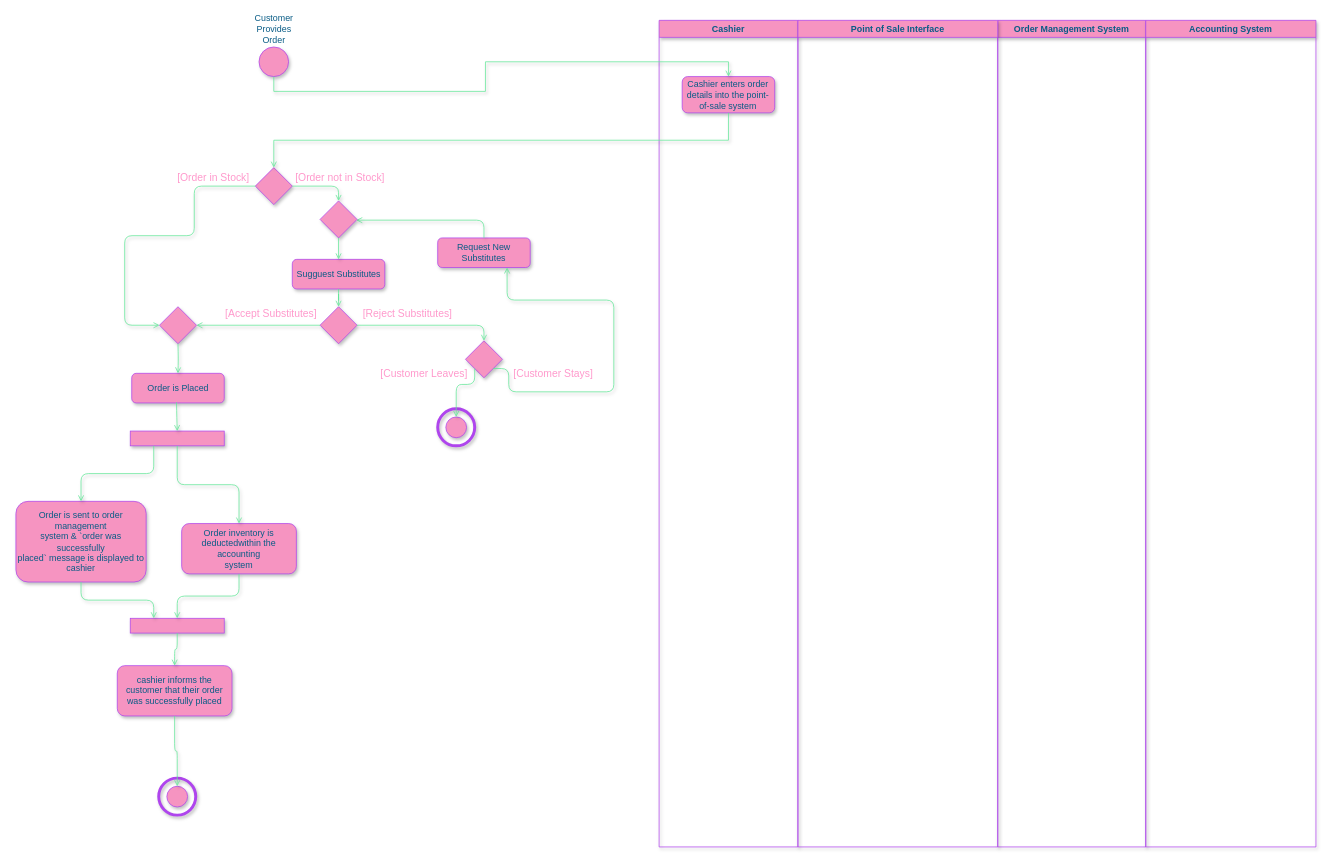
Above: page "Swim" (2 of 3) of CSC580-Advanced_Software_Engineering/Assignments/BO/BO3/3.drawio in casonk/university-coursework (draw.io), before the change. Source tidied: cells renumbered, new cells numbered last; positions are measured from the earlier drawing's top-left corner, leaving out a move shared by most shapes. Both pictures are drawn from the tidied source at 74%, with x=0, y=0 at pixel (16, 20).
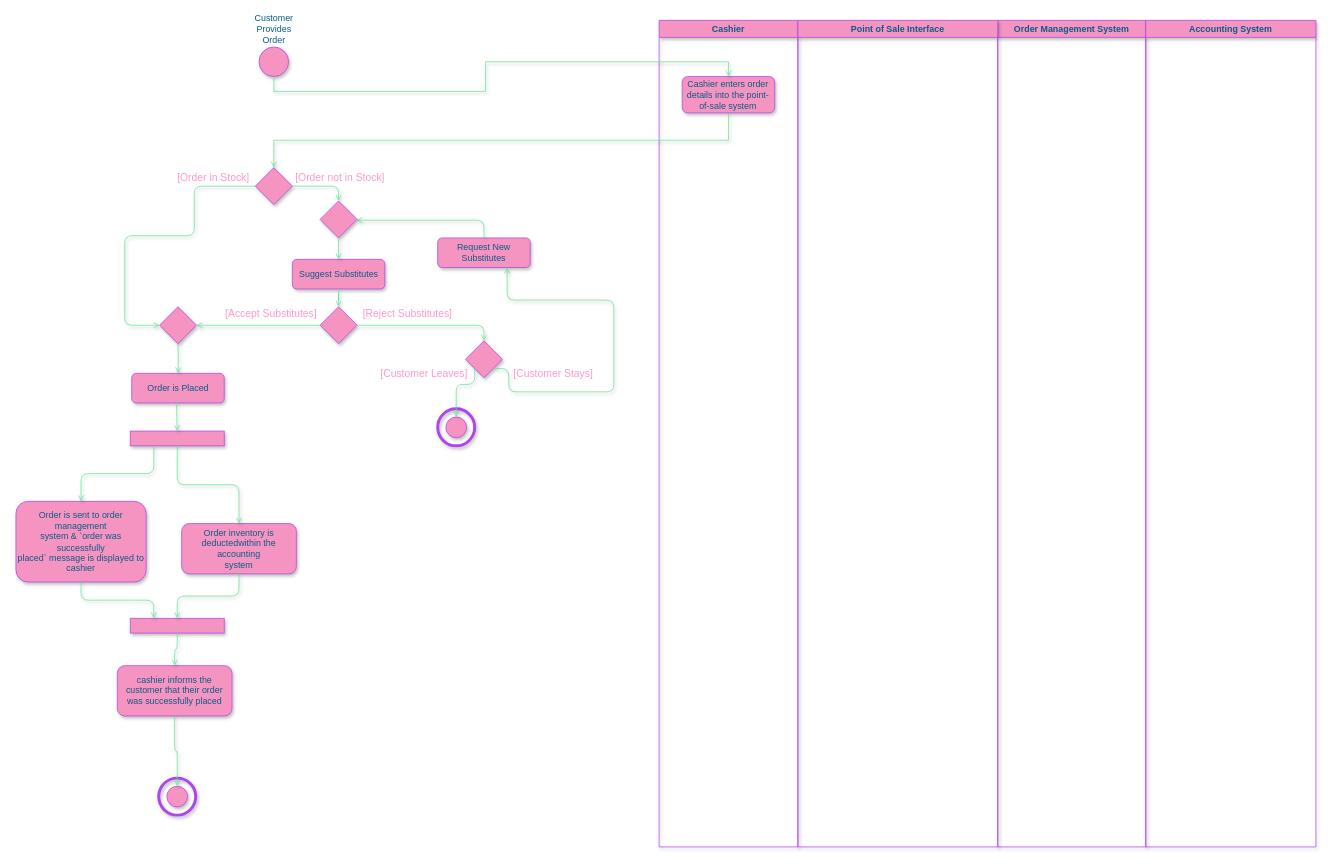
Above is the later version.

Change to the diagram source:
```diff
@@
-    <mxCell id="12" value="Sugguest Substitutes" style="rounded=1;whiteSpace=wrap;html=1;sketch=0;fontColor=#095C86;strokeColor=#AF45ED;fillColor=#F694C1;shadow=1;" parent="1" vertex="1">
+    <mxCell id="12" value="Suggest Substitutes" style="rounded=1;whiteSpace=wrap;html=1;sketch=0;fontColor=#095C86;strokeColor=#AF45ED;fillColor=#F694C1;shadow=1;" parent="1" vertex="1">
       <mxGeometry x="373.5" y="323" width="125" height="40" as="geometry" />
     </mxCell>
```
